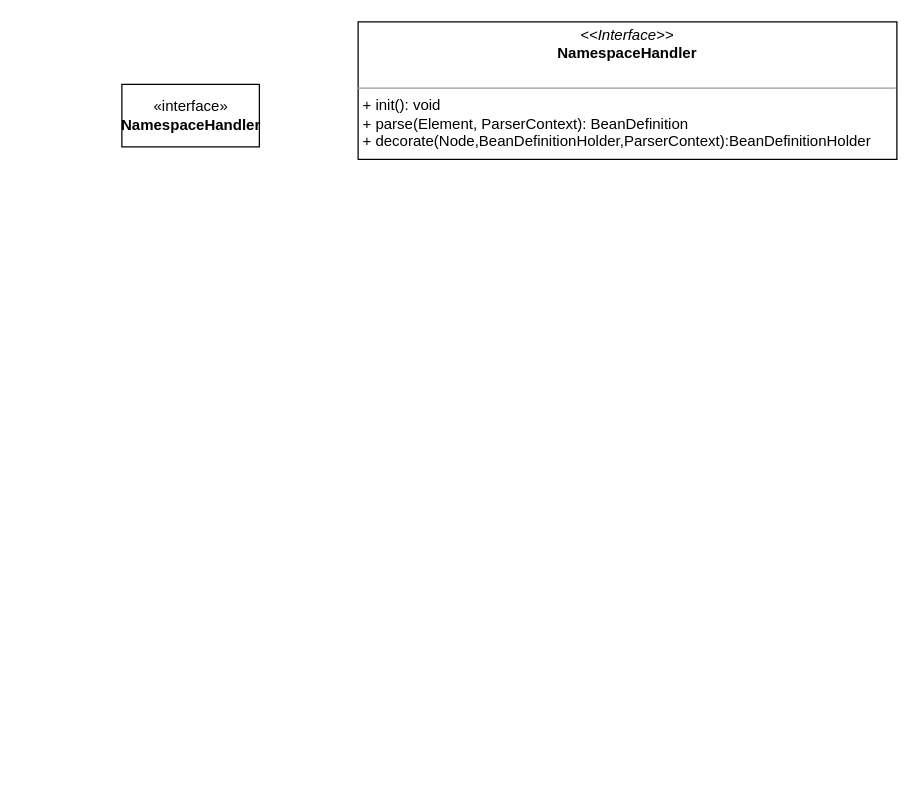
The draw.io diagram diagrams/springframework2.drawio in arxobject/spring_analysis, before the edit. Source tidied: cells renumbered, new cells numbered last; positions are measured from the earlier drawing's top-left corner, leaving out a move shared by most shapes. Both pictures are drawn from the tidied source at 125%, with x=0, y=0 at pixel (121, 21).
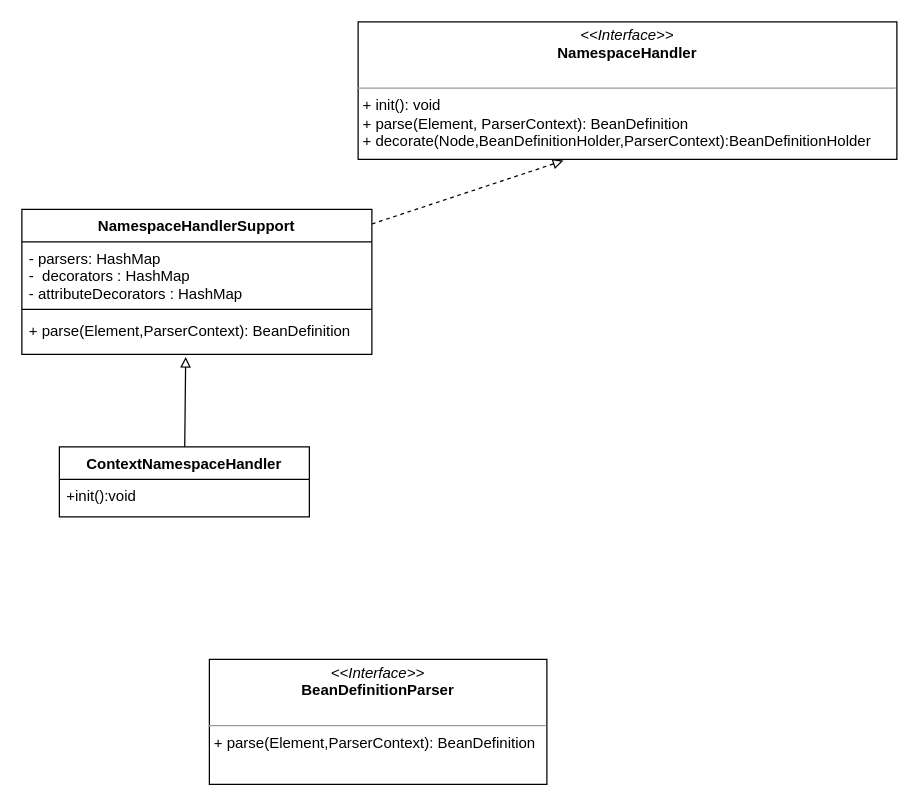
The same page after the edit.

What changed in the source:
```diff
@@
 <mxGraphModel>
   <root>
     <mxCell id="0" />
     <mxCell id="1" parent="0" />
-    <mxCell id="2" value="«interface»&lt;br&gt;&lt;b&gt;NamespaceHandler&lt;/b&gt;" style="html=1;" parent="1" vertex="1">
-      <mxGeometry y="50" width="110" height="50" as="geometry" />
-    </mxCell>
     <mxCell id="3" value="&lt;p style=&quot;margin: 0px ; margin-top: 4px ; text-align: center&quot;&gt;&lt;i&gt;&amp;lt;&amp;lt;Interface&amp;gt;&amp;gt;&lt;/i&gt;&lt;br&gt;&lt;b&gt;NamespaceHandler&lt;/b&gt;&lt;br&gt;&lt;/p&gt;&lt;p style=&quot;margin: 0px ; margin-left: 4px&quot;&gt;&lt;br&gt;&lt;/p&gt;&lt;hr size=&quot;1&quot;&gt;&lt;p style=&quot;margin: 0px ; margin-left: 4px&quot;&gt;+ init(): void&lt;br&gt;+ parse(Element, ParserContext): BeanDefinition&lt;/p&gt;&lt;p style=&quot;margin: 0px ; margin-left: 4px&quot;&gt;+ decorate(Node,BeanDefinitionHolder,ParserContext):BeanDefinitionHolder&lt;/p&gt;" style="verticalAlign=top;align=left;overflow=fill;fontSize=12;fontFamily=Helvetica;html=1;" parent="1" vertex="1">
       <mxGeometry x="189" width="431" height="110" as="geometry" />
     </mxCell>
+    <mxCell id="4" style="rounded=0;jettySize=auto;html=1;entryX=0.381;entryY=1.009;entryDx=0;entryDy=0;entryPerimeter=0;dashed=1;endArrow=block;endFill=0;" parent="1" edge="1" source="5" target="3">
+      <mxGeometry relative="1" as="geometry" />
+    </mxCell>
+    <mxCell id="5" value="NamespaceHandlerSupport" style="swimlane;fontStyle=1;align=center;verticalAlign=top;horizontal=1;startSize=26;" parent="1" vertex="1">
+      <mxGeometry x="-80" y="150" width="280" height="116" as="geometry" />
+    </mxCell>
+    <mxCell id="6" value="- parsers: HashMap&#10;-  decorators : HashMap&#10;- attributeDecorators : HashMap" style="text;strokeColor=none;fillColor=none;align=left;verticalAlign=top;spacingLeft=4;spacingRight=4;overflow=hidden;" parent="5" vertex="1">
+      <mxGeometry y="26" width="280" height="50" as="geometry" />
+    </mxCell>
+    <mxCell id="7" style="line;strokeWidth=1;fillColor=none;align=left;verticalAlign=middle;spacingTop=-1;spacingLeft=3;spacingRight=3;labelPosition=right;" parent="5" vertex="1">
+      <mxGeometry y="76" width="280" height="8" as="geometry" />
+    </mxCell>
+    <mxCell id="8" value="+ parse(Element,ParserContext): BeanDefinition" style="text;strokeColor=none;fillColor=none;align=left;verticalAlign=top;spacingLeft=4;spacingRight=4;overflow=hidden;points=[[0,0.5],[1,0.5]];portConstraint=eastwest;" parent="5" vertex="1">
+      <mxGeometry y="84" width="280" height="32" as="geometry" />
+    </mxCell>
+    <mxCell id="9" style="edgeStyle=none;rounded=0;jettySize=auto;html=1;entryX=0.468;entryY=1.063;entryDx=0;entryDy=0;entryPerimeter=0;endArrow=block;endFill=0;" parent="1" edge="1" source="10" target="8">
+      <mxGeometry relative="1" as="geometry" />
+    </mxCell>
+    <mxCell id="10" value="ContextNamespaceHandler" style="swimlane;fontStyle=1;align=center;verticalAlign=top;horizontal=1;startSize=26;" parent="1" vertex="1">
+      <mxGeometry x="-50" y="340" width="200" height="56" as="geometry" />
+    </mxCell>
+    <mxCell id="11" value="+init():void" style="text;strokeColor=none;fillColor=none;align=left;verticalAlign=top;spacingLeft=4;spacingRight=4;overflow=hidden;" parent="10" vertex="1">
+      <mxGeometry y="26" width="200" height="30" as="geometry" />
+    </mxCell>
+    <mxCell id="12" value="&lt;p style=&quot;margin: 0px ; margin-top: 4px ; text-align: center&quot;&gt;&lt;i&gt;&amp;lt;&amp;lt;Interface&amp;gt;&amp;gt;&lt;/i&gt;&lt;br&gt;&lt;b&gt;BeanDefinitionParser&lt;/b&gt;&lt;br&gt;&lt;/p&gt;&lt;p style=&quot;margin: 0px ; margin-left: 4px&quot;&gt;&lt;br&gt;&lt;/p&gt;&lt;hr size=&quot;1&quot;&gt;&lt;p style=&quot;margin: 0px ; margin-left: 4px&quot;&gt;+ parse(Element,ParserContext):&amp;nbsp;BeanDefinition&lt;br&gt;&lt;/p&gt;" style="verticalAlign=top;align=left;overflow=fill;fontSize=12;fontFamily=Helvetica;html=1;" parent="1" vertex="1">
+      <mxGeometry x="70" y="510" width="270" height="100" as="geometry" />
+    </mxCell>
   </root>
 </mxGraphModel>
```
